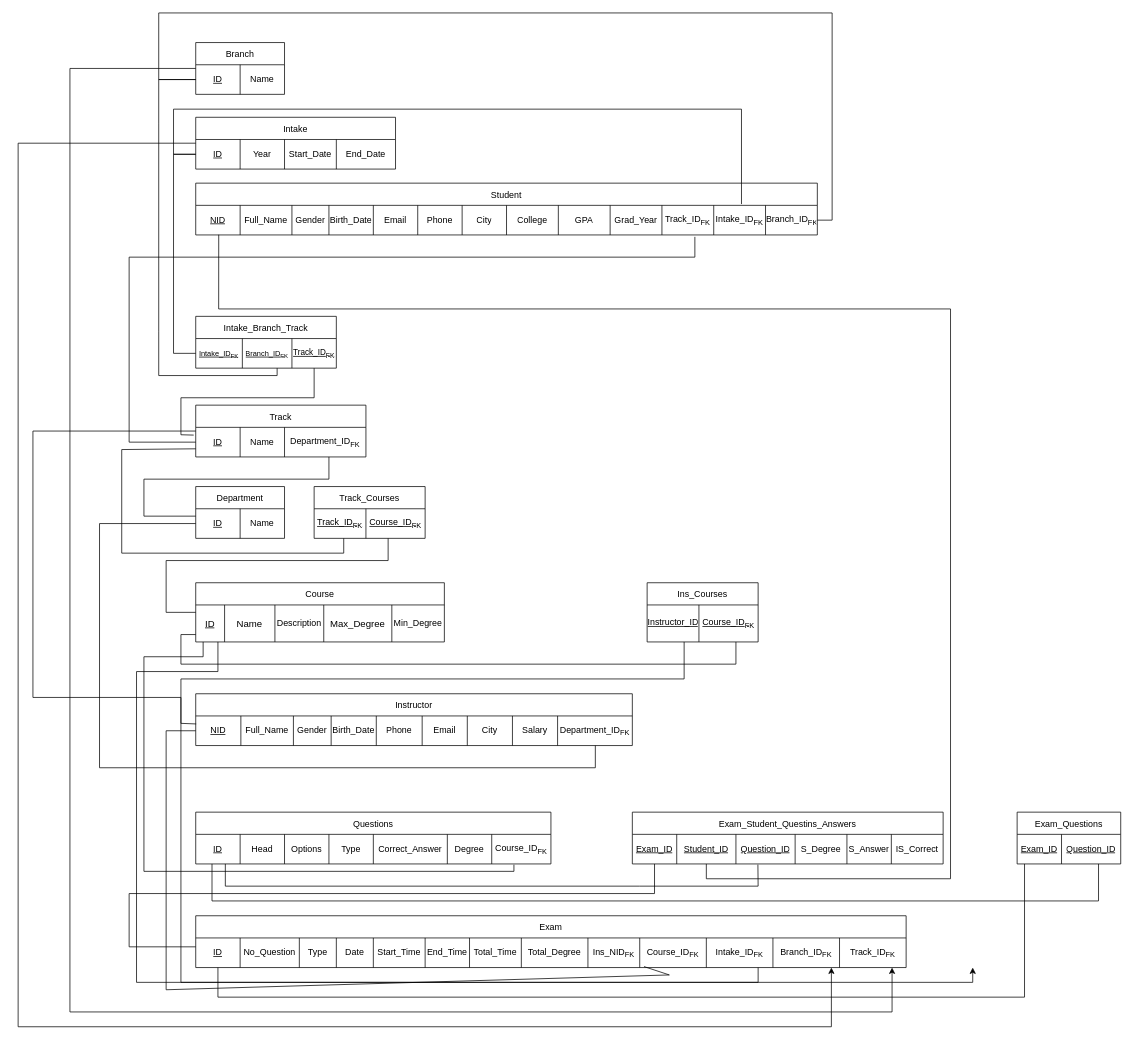
This is ERD & Mapping/Mapping.drawio from Mohammed263/Examination_System-SQL, a draw.io file, before an edit. Source tidied: cells renumbered, new cells numbered last; positions are measured from the earlier drawing's top-left corner, leaving out a move shared by most shapes. Both pictures are drawn from the tidied source at 74%, with x=0, y=0 at pixel (18, 13).
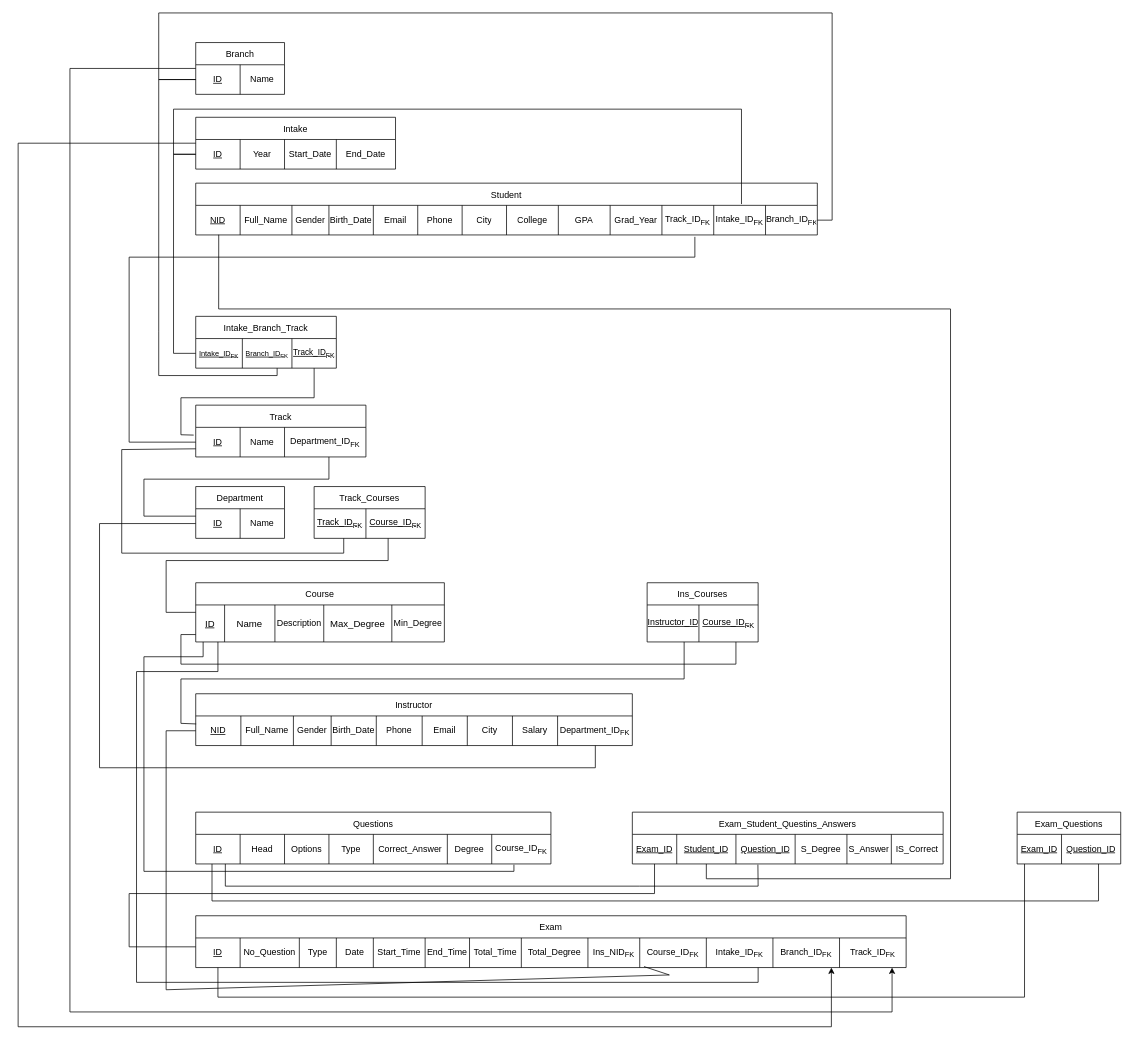
The same diagram, later.

Unchanged cells that the change refers to:
```xml
<mxCell id="12" value="Track" style="shape=table;startSize=30;childLayout=tableLayout;" parent="1" vertex="1">
  <mxGeometry x="240" y="530" width="230" height="70" as="geometry" />
</mxCell>
```

Diff of the diagram source:
```diff
@@
-    <mxCell id="137" style="edgeStyle=orthogonalEdgeStyle;rounded=0;jettySize=auto;html=1;" parent="1" edge="1" source="12">
-      <mxGeometry relative="1" as="geometry">
-        <mxPoint x="1290" y="1290" as="targetPoint" />
-        <Array as="points">
-          <mxPoint x="20" y="565" />
-          <mxPoint x="20" y="925" />
-          <mxPoint x="220" y="925" />
-          <mxPoint x="220" y="1310" />
-          <mxPoint x="1290" y="1310" />
-        </Array>
-      </mxGeometry>
-    </mxCell>
```
